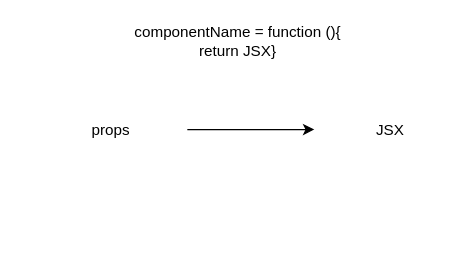
The draw.io diagram page "02-1 (stateless) functional comp" (4 of 23) of Diagram.drawio in f2xiao/learn-react, before the edit. Source tidied: cells renumbered, new cells numbered last; positions are measured from the earlier drawing's top-left corner, leaving out a move shared by most shapes. Both pictures are drawn from the tidied source at 127%, with x=0, y=0 at pixel (47, 22).
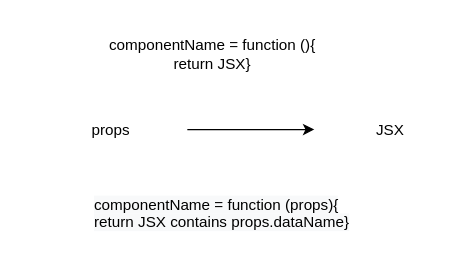
The same diagram, later.

The edit, as a diff of the source:
```diff
@@
 <mxGraphModel>
   <root>
     <mxCell id="0" />
     <mxCell id="1" parent="0" />
     <mxCell id="2" style="endArrow=classic;html=1;rounded=0;" parent="1" edge="1">
       <mxGeometry relative="1" as="geometry">
         <mxPoint x="110" y="84.5" as="sourcePoint" />
         <mxPoint x="210" y="84.5" as="targetPoint" />
       </mxGeometry>
     </mxCell>
     <mxCell id="3" value="props" style="text;html=1;strokeColor=none;fillColor=none;align=center;verticalAlign=middle;whiteSpace=wrap;rounded=0;" parent="1" vertex="1">
       <mxGeometry x="20" y="70" width="60" height="30" as="geometry" />
     </mxCell>
     <mxCell id="4" value="JSX" style="text;html=1;strokeColor=none;fillColor=none;align=center;verticalAlign=middle;whiteSpace=wrap;rounded=0;" parent="1" vertex="1">
       <mxGeometry x="240" y="70" width="60" height="30" as="geometry" />
     </mxCell>
     <mxCell id="5" value="componentName = function (){&lt;br&gt;return JSX}" style="text;html=1;strokeColor=none;fillColor=none;align=center;verticalAlign=middle;whiteSpace=wrap;rounded=0;" parent="1" vertex="1">
-      <mxGeometry width="300" height="30" as="geometry" />
+      <mxGeometry x="-20" y="10" width="300" height="30" as="geometry" />
     </mxCell>
+    <mxCell id="6" value="&lt;span style=&quot;color: rgb(0, 0, 0); font-family: Helvetica; font-size: 12px; font-style: normal; font-variant-ligatures: normal; font-variant-caps: normal; font-weight: 400; letter-spacing: normal; orphans: 2; text-align: center; text-indent: 0px; text-transform: none; widows: 2; word-spacing: 0px; -webkit-text-stroke-width: 0px; background-color: rgb(248, 249, 250); text-decoration-thickness: initial; text-decoration-style: initial; text-decoration-color: initial; float: none; display: inline !important;&quot;&gt;componentName = function (props){&lt;/span&gt;&lt;br style=&quot;color: rgb(0, 0, 0); font-family: Helvetica; font-size: 12px; font-style: normal; font-variant-ligatures: normal; font-variant-caps: normal; font-weight: 400; letter-spacing: normal; orphans: 2; text-align: center; text-indent: 0px; text-transform: none; widows: 2; word-spacing: 0px; -webkit-text-stroke-width: 0px; background-color: rgb(248, 249, 250); text-decoration-thickness: initial; text-decoration-style: initial; text-decoration-color: initial;&quot;&gt;&lt;span style=&quot;color: rgb(0, 0, 0); font-family: Helvetica; font-size: 12px; font-style: normal; font-variant-ligatures: normal; font-variant-caps: normal; font-weight: 400; letter-spacing: normal; orphans: 2; text-align: center; text-indent: 0px; text-transform: none; widows: 2; word-spacing: 0px; -webkit-text-stroke-width: 0px; background-color: rgb(248, 249, 250); text-decoration-thickness: initial; text-decoration-style: initial; text-decoration-color: initial; float: none; display: inline !important;&quot;&gt;return JSX contains props.dataName}&lt;/span&gt;" style="text;whiteSpace=wrap;html=1;" parent="1" vertex="1">
+      <mxGeometry x="35" y="130" width="225" height="50" as="geometry" />
+    </mxCell>
   </root>
 </mxGraphModel>
```
